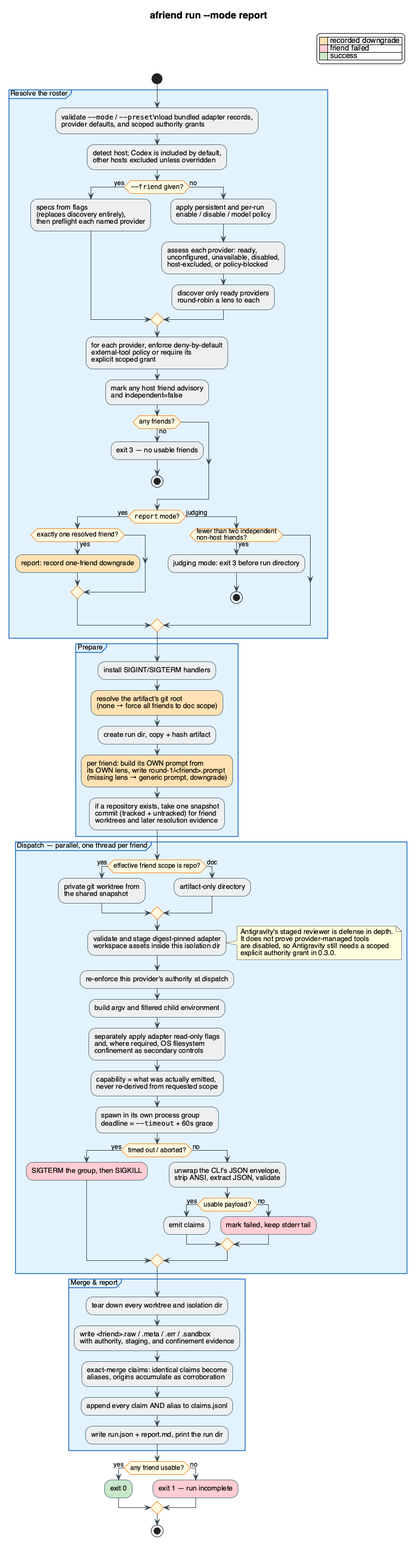
The PlantUML diagram docs/architecture/run-flow.png in livingstaccato/adversarial-friends, before a commit.
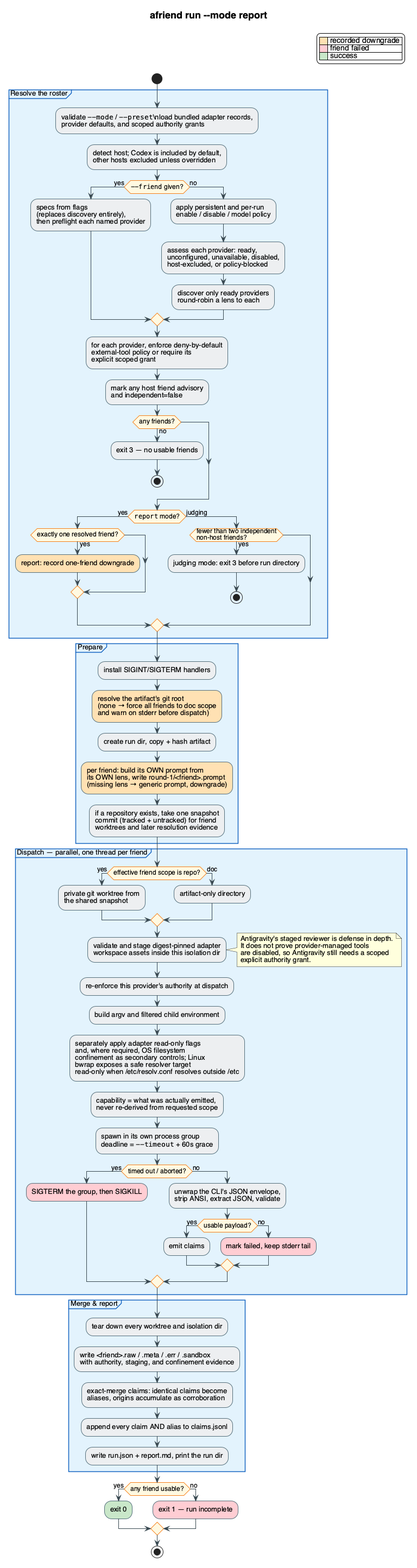
The same diagram one commit later.

What changed in the source:
```diff
@@ -57,7 +57,7 @@
 
 partition "Prepare" {
   :install SIGINT/SIGTERM handlers;
-  :resolve the artifact's git root\n(none → force all friends to doc scope);<<#FFE0B2>>
+  :resolve the artifact's git root\n(none → force all friends to doc scope\nand warn on stderr before dispatch);<<#FFE0B2>>
   :create run dir, copy + hash artifact;
   :per friend: build its OWN prompt from\nits OWN lens, write round-1/<friend>.prompt\n(missing lens → generic prompt, downgrade);<<#FFE0B2>>
   :if a repository exists, take one snapshot\ncommit (tracked + untracked) for friend\nworktrees and later resolution evidence;
@@ -74,11 +74,11 @@
     Antigravity's staged reviewer is defense in depth.
     It does not prove provider-managed tools
     are disabled, so Antigravity still needs a scoped
-    explicit authority grant in 0.3.0.
+    explicit authority grant.
   end note
   :re-enforce this provider's authority at dispatch;
   :build argv and filtered child environment;
-  :separately apply adapter read-only flags\nand, where required, OS filesystem\nconfinement as secondary controls;
+  :separately apply adapter read-only flags\nand, where required, OS filesystem\nconfinement as secondary controls; Linux\nbwrap exposes a safe resolver target\nread-only when /etc/resolv.conf resolves outside /etc;
   :capability = what was actually emitted,\nnever re-derived from requested scope;
   :spawn in its own process group\ndeadline = ""--timeout"" + 60s grace;
   if (timed out / aborted?) then (yes)
```
